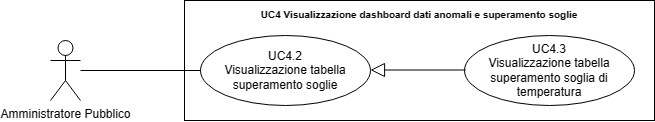
Before: src/3_PB/AnalisiDeiRequisiti/assets/UML/UC4.3_Visualizzazione-tabella-superamento-soglia-temperatura.png, a diagram exported from draw.io (SWATEngineering/Docs). Source tidied: cells renumbered, new cells last; positions are measured from the earlier drawing's top-left corner, leaving out a move shared by most shapes. Its diagram source:
```xml
<mxGraphModel>
  <root>
    <mxCell id="0" />
    <mxCell id="1" parent="0" />
    <mxCell id="2" value="Amministratore Pubblico" style="shape=umlActor;verticalLabelPosition=bottom;verticalAlign=top;html=1;outlineConnect=0;" parent="1" vertex="1">
      <mxGeometry y="40" width="30" height="60" as="geometry" />
    </mxCell>
    <mxCell id="3" value="&lt;b style=&quot;border-color: var(--border-color);&quot;&gt;&lt;font style=&quot;font-size: 10px;&quot;&gt;UC4 Visualizzazione dashboard dati anomali e superamento soglie&lt;/font&gt;&lt;/b&gt;" style="shape=rect;html=1;verticalAlign=top;fontStyle=1;whiteSpace=wrap;align=center;" parent="1" vertex="1">
      <mxGeometry x="134" width="470" height="120" as="geometry" />
    </mxCell>
    <mxCell id="4" value="UC4.2&lt;br&gt;Visualizzazione tabella superamento soglie" style="ellipse;whiteSpace=wrap;html=1;" parent="1" vertex="1">
      <mxGeometry x="150" y="35" width="170" height="70" as="geometry" />
    </mxCell>
    <mxCell id="5" style="edgeStyle=none;html=1;endArrow=none;verticalAlign=bottom;rounded=0;" parent="1" edge="1" source="2" target="4">
      <mxGeometry relative="1" as="geometry" />
    </mxCell>
    <mxCell id="6" value="UC4.3&lt;br&gt;Visualizzazione tabella superamento soglia di temperatura" style="ellipse;whiteSpace=wrap;html=1;" parent="1" vertex="1">
      <mxGeometry x="414" y="35" width="170" height="70" as="geometry" />
    </mxCell>
    <mxCell id="7" style="edgeStyle=none;html=1;endArrow=block;endFill=0;endSize=12;verticalAlign=bottom;rounded=0;" parent="1" edge="1">
      <mxGeometry relative="1" as="geometry">
        <mxPoint x="415" y="69.5" as="sourcePoint" />
        <mxPoint x="320" y="69.5" as="targetPoint" />
        <Array as="points">
          <mxPoint x="410" y="69.5" />
        </Array>
      </mxGeometry>
    </mxCell>
  </root>
</mxGraphModel>
```
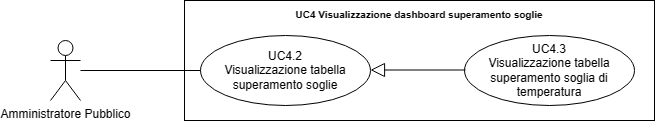
The same file after the commit.

Commit message:
rinomina dashboard soglie

Diff of the diagram source:
```diff
@@ -5,7 +5,7 @@
     <mxCell id="2" value="Amministratore Pubblico" style="shape=umlActor;verticalLabelPosition=bottom;verticalAlign=top;html=1;outlineConnect=0;" parent="1" vertex="1">
       <mxGeometry y="40" width="30" height="60" as="geometry" />
     </mxCell>
-    <mxCell id="3" value="&lt;b style=&quot;border-color: var(--border-color);&quot;&gt;&lt;font style=&quot;font-size: 10px;&quot;&gt;UC4 Visualizzazione dashboard dati anomali e superamento soglie&lt;/font&gt;&lt;/b&gt;" style="shape=rect;html=1;verticalAlign=top;fontStyle=1;whiteSpace=wrap;align=center;" parent="1" vertex="1">
+    <mxCell id="3" value="&lt;b style=&quot;border-color: var(--border-color);&quot;&gt;&lt;font style=&quot;font-size: 10px;&quot;&gt;UC4 Visualizzazione dashboard superamento soglie&lt;/font&gt;&lt;/b&gt;" style="shape=rect;html=1;verticalAlign=top;fontStyle=1;whiteSpace=wrap;align=center;" parent="1" vertex="1">
       <mxGeometry x="134" width="470" height="120" as="geometry" />
     </mxCell>
     <mxCell id="4" value="UC4.2&lt;br&gt;Visualizzazione tabella superamento soglie" style="ellipse;whiteSpace=wrap;html=1;" parent="1" vertex="1">
```
